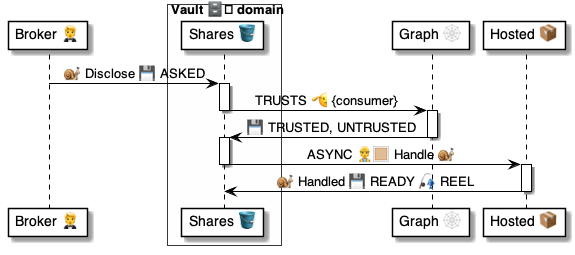
This is 4 ⚙️ Solution/41 🎭 Domain Roles/Vaults 🗄️/🗄️🪣 Vault tables/Shares 💼 table/🪣 Shares/🗄️ Vault.Shares ⚙️ uml.png from pollyweb-org/pollyweb-docs, a PlantUML export, as it was before one commit. Its source is kept beside it as 4 ⚙️ Solution/41 🎭 Domain Roles/Vaults 🗄️/🗄️🪣 Vault tables/Shares 💼 table/🪣 Shares/🗄️ Vault.Shares ⚙️ uml.puml. The source it was exported from:
```plantuml
@startuml Vault.Shares

participant "Broker 🤵" as broker

box Vault 🗄️ domain #FFFFFA
    participant "Shares 🪣" as table
end box
participant "Graph 🕸" as graph
participant "Hosted 📦" as hosted


broker -> table: 🐌 Disclose 💾 ASKED

activate table
    table -> graph: TRUSTS 🫡 {consumer}
deactivate table

activate graph
    graph -> table: 💾 TRUSTED, UNTRUSTED
deactivate graph

activate table
    table -> hosted: ASYNC 👷🏼 Handle 🐌
deactivate table

activate hosted
    hosted -> table: 🐌 Handled 💾 READY 🎣 REEL
deactivate hosted


@enduml
```
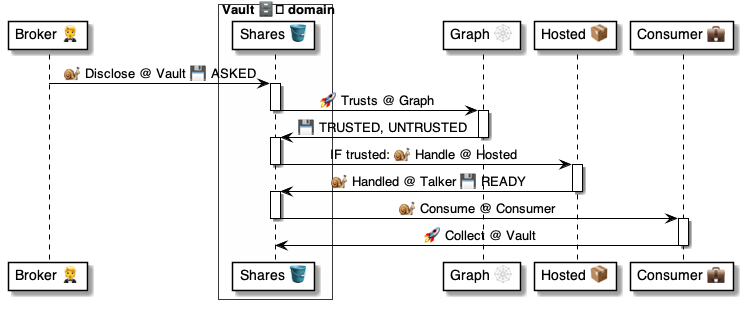
Later version of the same file.

Change to the diagram source:
```diff
@@ -7,12 +7,13 @@
 end box
 participant "Graph 🕸" as graph
 participant "Hosted 📦" as hosted
+participant "Consumer 💼" as consumer
 
 
-broker -> table: 🐌 Disclose 💾 ASKED
+broker -> table: 🐌 Disclose @ Vault 💾 ASKED
 
 activate table
-    table -> graph: TRUSTS 🫡 {consumer}
+    table -> graph: 🚀 Trusts @ Graph
 deactivate table
 
 activate graph
@@ -20,12 +21,20 @@
 deactivate graph
 
 activate table
-    table -> hosted: ASYNC 👷🏼 Handle 🐌
+    table -> hosted: IF trusted: 🐌 Handle @ Hosted
 deactivate table
 
 activate hosted
-    hosted -> table: 🐌 Handled 💾 READY 🎣 REEL
+    hosted -> table: 🐌 Handled @ Talker 💾 READY
 deactivate hosted
+
+activate table
+    table -> consumer: 🐌 Consume @ Consumer
+deactivate table
+
+activate consumer
+    consumer -> table: 🚀 Collect @ Vault
+deactivate consumer
 
 
 @enduml
```
